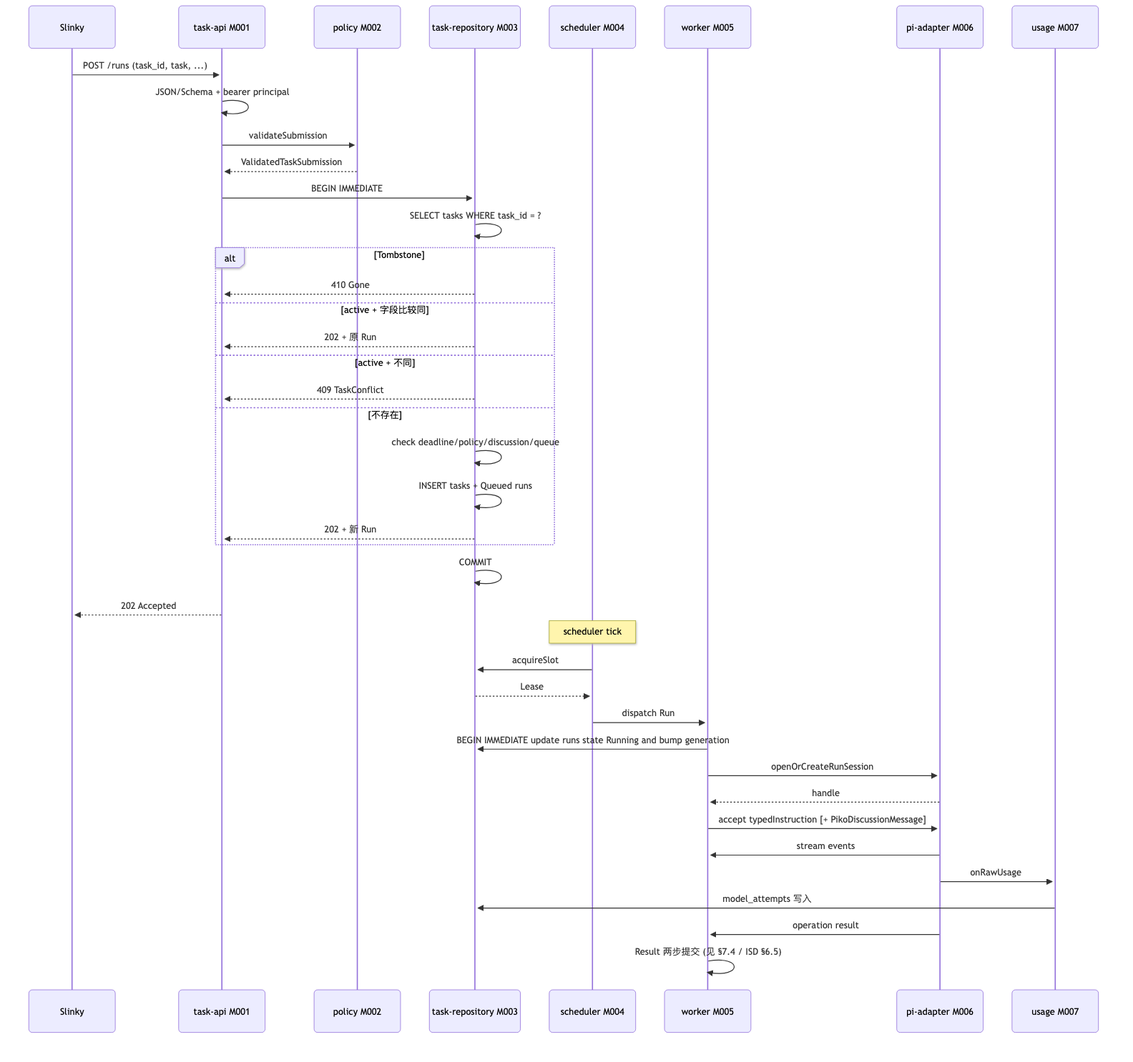
corezilla/piko keeps this Mermaid diagram as docs/20_system_design/assets/diagrams/SW-6.png. Above is the earlier version. Its source is kept beside it as docs/20_system_design/assets/diagrams/SW-6.mmd.
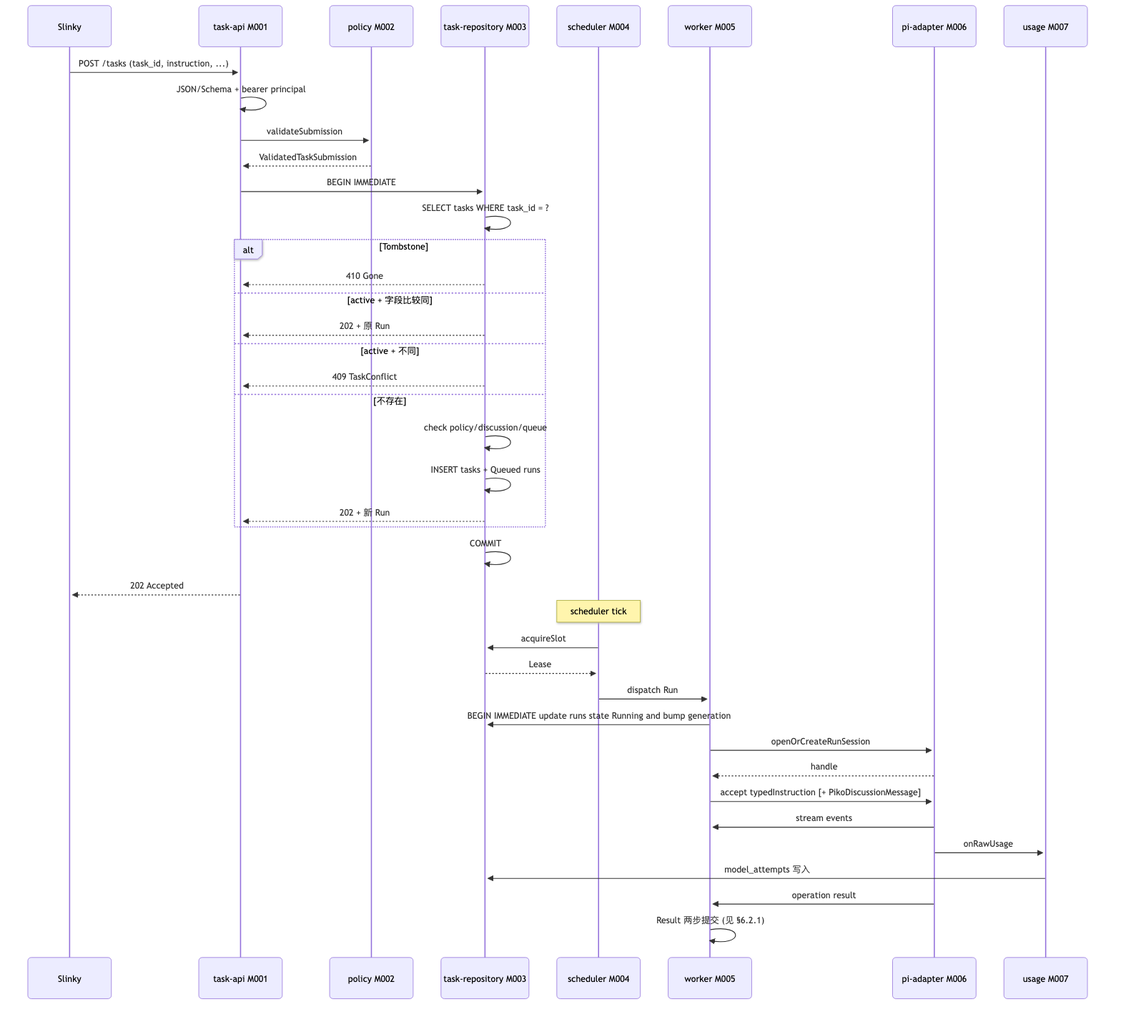
The same diagram one commit later.

The edit, as a diff of the source:
```diff
@@ -8,7 +8,7 @@
   participant PI as pi-adapter M006
   participant Use as usage M007
 
-  S->>API: POST /runs (task_id, task, ...)
+  S->>API: POST /tasks (task_id, instruction, ...)
   API->>API: JSON/Schema + bearer principal
   API->>POL: validateSubmission
   POL-->>API: ValidatedTaskSubmission
@@ -21,7 +21,7 @@
   else active + 不同
     Repo-->>API: 409 TaskConflict
   else 不存在
-    Repo->>Repo: check deadline/policy/discussion/queue
+    Repo->>Repo: check policy/discussion/queue
     Repo->>Repo: INSERT tasks + Queued runs
     Repo-->>API: 202 + 新 Run
   end
@@ -40,4 +40,4 @@
   PI->>Use: onRawUsage
   Use->>Repo: model_attempts 写入
   PI->>W: operation result
-  W->>W: Result 两步提交 (见 §7.4 / ISD §6.5)
+  W->>W: Result 两步提交 (见 §6.2.1)
```
